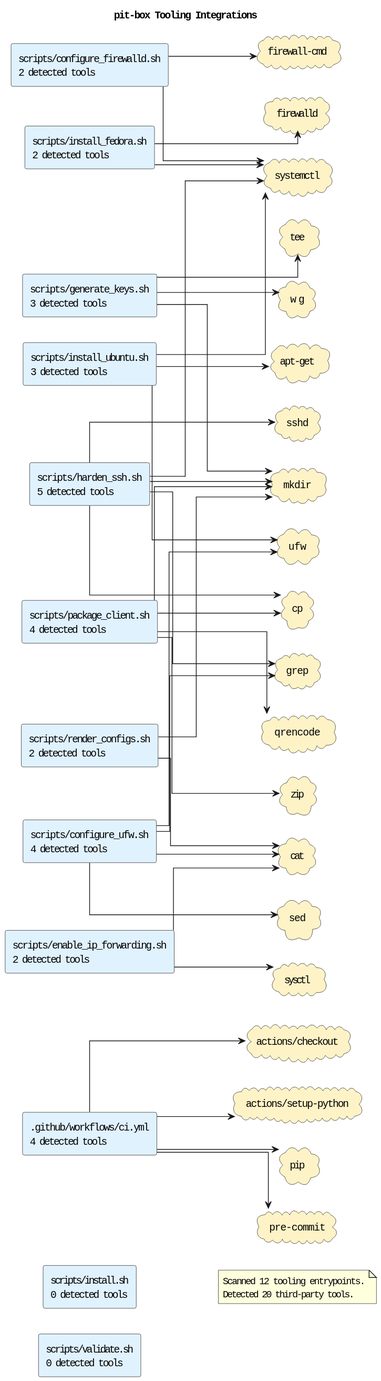
Above: docs/diagrams/tooling-integrations.puml.svg in casonk/pit-box (PlantUML), before the change. Source of this version:
```plantuml
@startuml
title pit-box Tooling Integrations
left to right direction
skinparam shadowing false
skinparam defaultFontName Monospace
skinparam componentStyle rectangle
skinparam linetype ortho
rectangle ".github/workflows/ci.yml\n4 detected tools" as source_github_workflows_ci_yml #E0F2FE
rectangle "scripts/configure_firewalld.sh\n2 detected tools" as source_scripts_configure_firewalld_sh #E0F2FE
rectangle "scripts/configure_ufw.sh\n4 detected tools" as source_scripts_configure_ufw_sh #E0F2FE
rectangle "scripts/enable_ip_forwarding.sh\n2 detected tools" as source_scripts_enable_ip_forwarding_sh #E0F2FE
rectangle "scripts/generate_keys.sh\n3 detected tools" as source_scripts_generate_keys_sh #E0F2FE
rectangle "scripts/harden_ssh.sh\n5 detected tools" as source_scripts_harden_ssh_sh #E0F2FE
rectangle "scripts/install.sh\n0 detected tools" as source_scripts_install_sh #E0F2FE
rectangle "scripts/install_fedora.sh\n2 detected tools" as source_scripts_install_fedora_sh #E0F2FE
rectangle "scripts/install_ubuntu.sh\n3 detected tools" as source_scripts_install_ubuntu_sh #E0F2FE
rectangle "scripts/package_client.sh\n4 detected tools" as source_scripts_package_client_sh #E0F2FE
rectangle "scripts/render_configs.sh\n2 detected tools" as source_scripts_render_configs_sh #E0F2FE
rectangle "scripts/validate.sh\n0 detected tools" as source_scripts_validate_sh #E0F2FE
cloud "actions/checkout" as tool_actions_checkout #FEF3C7
cloud "actions/setup-python" as tool_actions_setup_python #FEF3C7
cloud "apt-get" as tool_apt_get #FEF3C7
cloud "cat" as tool_cat #FEF3C7
cloud "cp" as tool_cp #FEF3C7
cloud "firewall-cmd" as tool_firewall_cmd #FEF3C7
cloud "firewalld" as tool_firewalld #FEF3C7
cloud "grep" as tool_grep #FEF3C7
cloud "mkdir" as tool_mkdir #FEF3C7
cloud "pip" as tool_pip #FEF3C7
cloud "pre-commit" as tool_pre_commit #FEF3C7
cloud "qrencode" as tool_qrencode #FEF3C7
cloud "sed" as tool_sed #FEF3C7
cloud "sshd" as tool_sshd #FEF3C7
cloud "sysctl" as tool_sysctl #FEF3C7
cloud "systemctl" as tool_systemctl #FEF3C7
cloud "tee" as tool_tee #FEF3C7
cloud "ufw" as tool_ufw #FEF3C7
cloud "wg" as tool_wg #FEF3C7
cloud "zip" as tool_zip #FEF3C7
source_github_workflows_ci_yml --> tool_actions_checkout
source_github_workflows_ci_yml --> tool_actions_setup_python
source_github_workflows_ci_yml --> tool_pip
source_github_workflows_ci_yml --> tool_pre_commit
source_scripts_configure_firewalld_sh --> tool_firewall_cmd
source_scripts_configure_firewalld_sh --> tool_systemctl
source_scripts_configure_ufw_sh --> tool_cat
source_scripts_configure_ufw_sh --> tool_grep
source_scripts_configure_ufw_sh --> tool_sed
source_scripts_configure_ufw_sh --> tool_ufw
source_scripts_enable_ip_forwarding_sh --> tool_cat
source_scripts_enable_ip_forwarding_sh --> tool_sysctl
source_scripts_generate_keys_sh --> tool_mkdir
source_scripts_generate_keys_sh --> tool_tee
source_scripts_generate_keys_sh --> tool_wg
source_scripts_harden_ssh_sh --> tool_cp
source_scripts_harden_ssh_sh --> tool_grep
source_scripts_harden_ssh_sh --> tool_mkdir
source_scripts_harden_ssh_sh --> tool_sshd
source_scripts_harden_ssh_sh --> tool_systemctl
source_scripts_install_fedora_sh --> tool_firewalld
source_scripts_install_fedora_sh --> tool_systemctl
source_scripts_install_ubuntu_sh --> tool_apt_get
source_scripts_install_ubuntu_sh --> tool_systemctl
source_scripts_install_ubuntu_sh --> tool_ufw
source_scripts_package_client_sh --> tool_cp
source_scripts_package_client_sh --> tool_mkdir
source_scripts_package_client_sh --> tool_qrencode
source_scripts_package_client_sh --> tool_zip
source_scripts_render_configs_sh --> tool_cat
source_scripts_render_configs_sh --> tool_mkdir
note as toolingGraphSummary
Scanned 12 tooling entrypoints.
Detected 20 third-party tools.
end note
@enduml
```
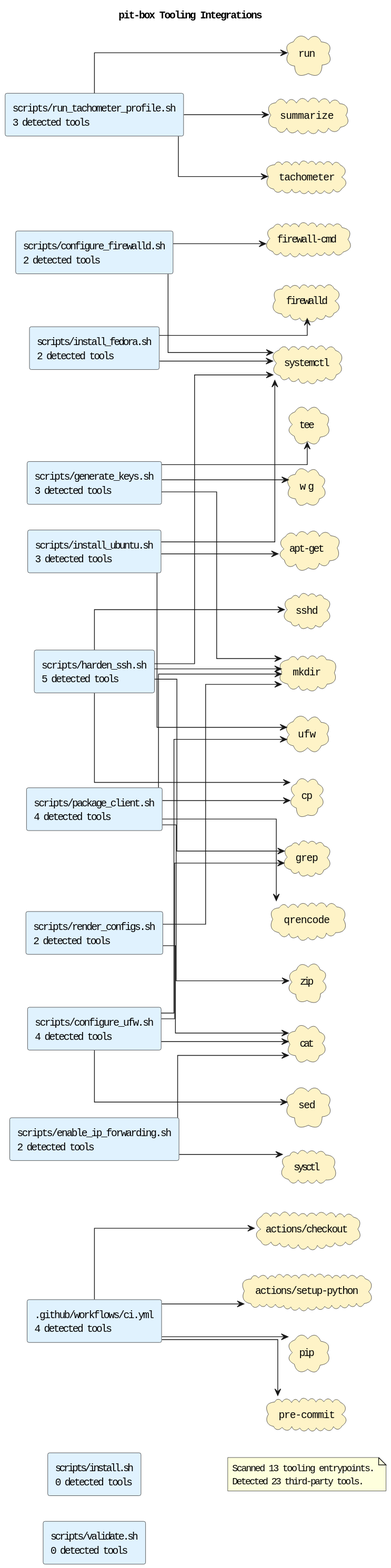
Later version of the same file.

What changed in the source:
```diff
@@ -16,6 +16,7 @@
 rectangle "scripts/install_ubuntu.sh\n3 detected tools" as source_scripts_install_ubuntu_sh #E0F2FE
 rectangle "scripts/package_client.sh\n4 detected tools" as source_scripts_package_client_sh #E0F2FE
 rectangle "scripts/render_configs.sh\n2 detected tools" as source_scripts_render_configs_sh #E0F2FE
+rectangle "scripts/run_tachometer_profile.sh\n3 detected tools" as source_scripts_run_tachometer_profile_sh #E0F2FE
 rectangle "scripts/validate.sh\n0 detected tools" as source_scripts_validate_sh #E0F2FE
 cloud "actions/checkout" as tool_actions_checkout #FEF3C7
 cloud "actions/setup-python" as tool_actions_setup_python #FEF3C7
@@ -29,10 +30,13 @@
 cloud "pip" as tool_pip #FEF3C7
 cloud "pre-commit" as tool_pre_commit #FEF3C7
 cloud "qrencode" as tool_qrencode #FEF3C7
+cloud "run" as tool_run #FEF3C7
 cloud "sed" as tool_sed #FEF3C7
 cloud "sshd" as tool_sshd #FEF3C7
+cloud "summarize" as tool_summarize #FEF3C7
 cloud "sysctl" as tool_sysctl #FEF3C7
 cloud "systemctl" as tool_systemctl #FEF3C7
+cloud "tachometer" as tool_tachometer #FEF3C7
 cloud "tee" as tool_tee #FEF3C7
 cloud "ufw" as tool_ufw #FEF3C7
 cloud "wg" as tool_wg #FEF3C7
@@ -68,8 +72,11 @@
 source_scripts_package_client_sh --> tool_zip
 source_scripts_render_configs_sh --> tool_cat
 source_scripts_render_configs_sh --> tool_mkdir
+source_scripts_run_tachometer_profile_sh --> tool_run
+source_scripts_run_tachometer_profile_sh --> tool_summarize
+source_scripts_run_tachometer_profile_sh --> tool_tachometer
 note as toolingGraphSummary
-Scanned 12 tooling entrypoints.
-Detected 20 third-party tools.
+Scanned 13 tooling entrypoints.
+Detected 23 third-party tools.
 end note
 @enduml
```
